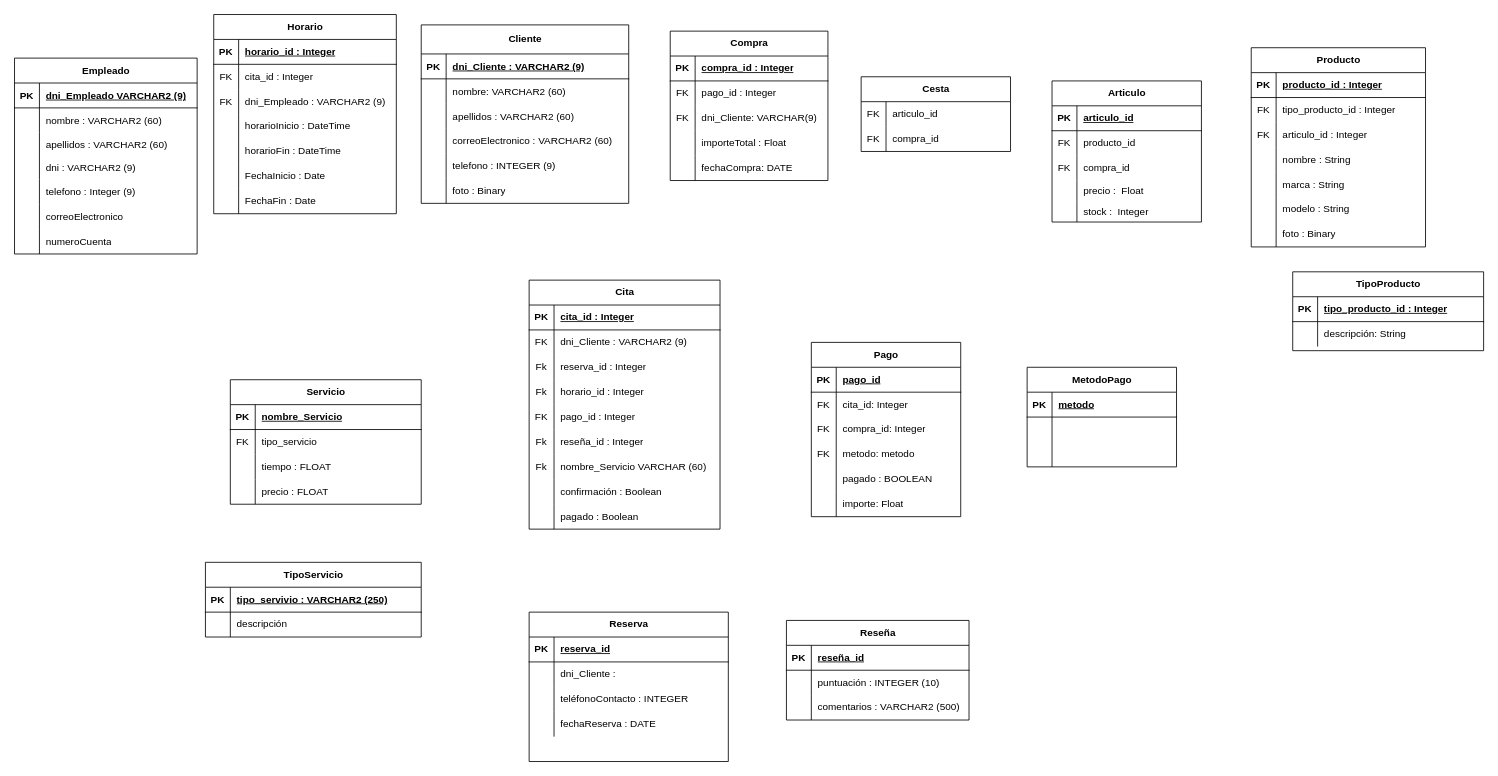
TSI-Trabajo/Segunda-Parte keeps this draw.io diagram as diagrama_Clases.drawio. Above is the earlier version. Source tidied: cells renumbered, new cells numbered last; positions are measured from the earlier drawing's top-left corner, leaving out a move shared by most shapes. Both pictures are drawn from the tidied source at 83%, with x=0, y=0 at pixel (-334, 14).
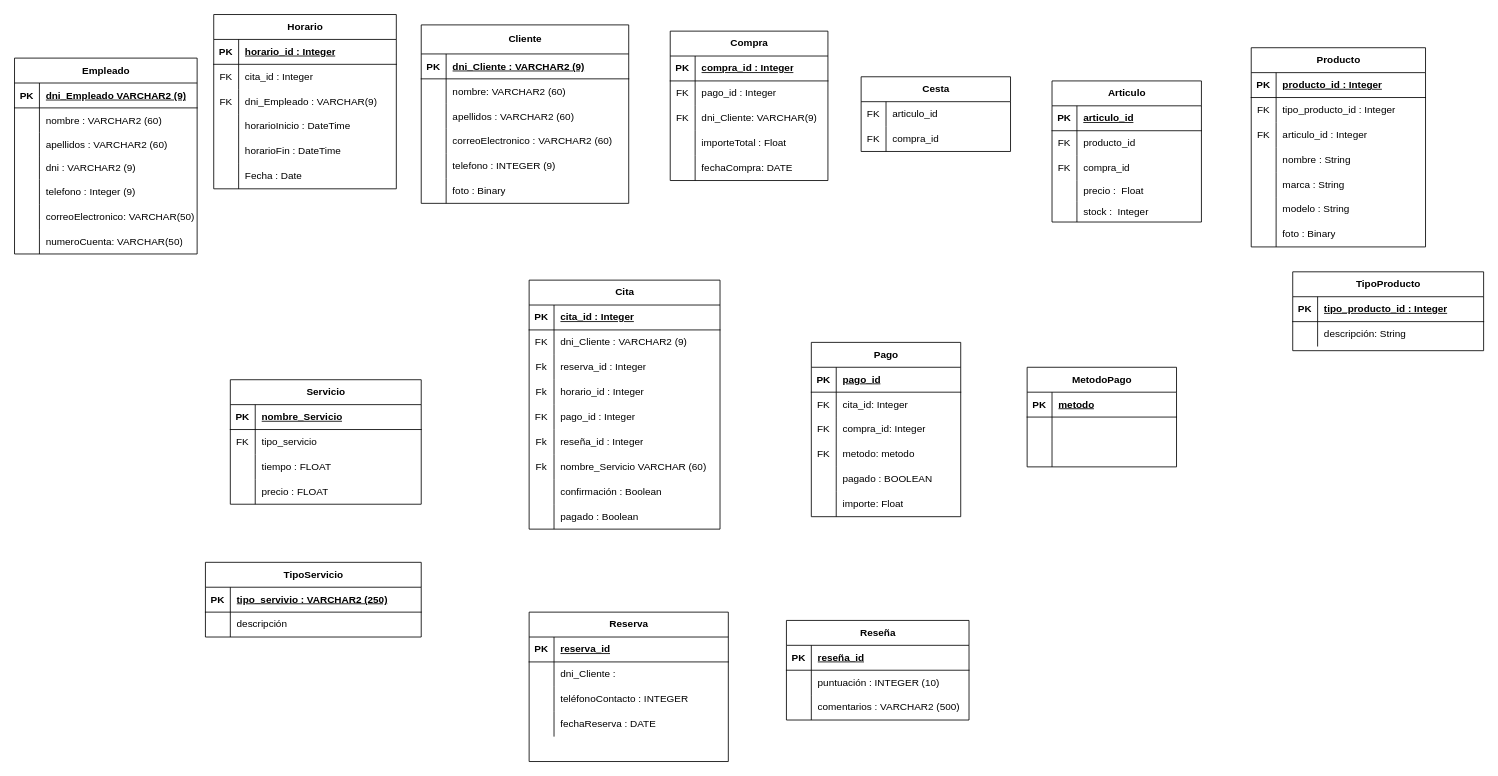
Above is the later version.

Unchanged cells that the change refers to:
```xml
<mxCell id="142" style="shape=tableRow;horizontal=0;startSize=0;swimlaneHead=0;swimlaneBody=0;fillColor=none;top=0;left=0;right=0;bottom=0;" parent="135" vertex="1">
  <mxGeometry y="90" width="220" height="30" as="geometry" />
</mxCell>
<mxCell id="151" style="shape=tableRow;horizontal=0;startSize=0;swimlaneHead=0;swimlaneBody=0;fillColor=none;top=0;left=0;right=0;bottom=0;" parent="135" vertex="1">
  <mxGeometry y="180" width="220" height="30" as="geometry" />
</mxCell>
<mxCell id="173" style="shape=tableRow;horizontal=0;startSize=0;swimlaneHead=0;swimlaneBody=0;fillColor=none;top=0;left=0;right=0;bottom=0;" parent="157" vertex="1">
  <mxGeometry y="176" width="220" height="30" as="geometry" />
</mxCell>
<mxCell id="176" style="shape=tableRow;horizontal=0;startSize=0;swimlaneHead=0;swimlaneBody=0;fillColor=none;top=0;left=0;right=0;bottom=0;" parent="157" vertex="1">
  <mxGeometry y="206" width="220" height="30" as="geometry" />
</mxCell>
```

Diff of the diagram source:
```diff
@@
     <mxCell id="135" value="Horario" style="shape=table;startSize=30;childLayout=tableLayout;rowLines=0;fontStyle=1;align=center;html=1;" parent="1" vertex="1">
-      <mxGeometry x="660" width="220" height="240" as="geometry" />
+      <mxGeometry x="660" width="220" height="210" as="geometry" />
     </mxCell>
@@
-    <mxCell id="144" value="dni_Empleado :&amp;nbsp;VARCHAR2 (9)" style="shape=partialRectangle;fillColor=none;top=0;left=0;bottom=0;right=0;align=left;spacingLeft=6;overflow=hidden;whiteSpace=wrap;html=1;" parent="142" vertex="1">
+    <mxCell id="144" value="dni_Empleado : VARCHAR(9)" style="shape=partialRectangle;fillColor=none;top=0;left=0;bottom=0;right=0;align=left;spacingLeft=6;overflow=hidden;whiteSpace=wrap;html=1;" parent="142" vertex="1">
       <mxGeometry x="30" width="190" height="30" as="geometry" />
     </mxCell>
@@
-    <mxCell id="153" value="FechaInicio : Date&amp;nbsp;" style="shape=partialRectangle;fillColor=none;top=0;left=0;bottom=0;right=0;align=left;spacingLeft=6;overflow=hidden;whiteSpace=wrap;html=1;" parent="151" vertex="1">
+    <mxCell id="153" value="Fecha : Date&amp;nbsp;" style="shape=partialRectangle;fillColor=none;top=0;left=0;bottom=0;right=0;align=left;spacingLeft=6;overflow=hidden;whiteSpace=wrap;html=1;" parent="151" vertex="1">
       <mxGeometry x="30" width="190" height="30" as="geometry" />
     </mxCell>
-    <mxCell id="154" style="shape=tableRow;horizontal=0;startSize=0;swimlaneHead=0;swimlaneBody=0;fillColor=none;top=0;left=0;right=0;bottom=0;" parent="135" vertex="1">
-      <mxGeometry y="210" width="220" height="30" as="geometry" />
-    </mxCell>
-    <mxCell id="155" style="shape=partialRectangle;fillColor=none;top=0;left=0;bottom=0;right=0;overflow=hidden;whiteSpace=wrap;html=1;" parent="154" vertex="1">
-      <mxGeometry width="30" height="30" as="geometry" />
-    </mxCell>
-    <mxCell id="156" value="FechaFin : Date&amp;nbsp;" style="shape=partialRectangle;fillColor=none;top=0;left=0;bottom=0;right=0;align=left;spacingLeft=6;overflow=hidden;whiteSpace=wrap;html=1;" parent="154" vertex="1">
-      <mxGeometry x="30" width="190" height="30" as="geometry" />
-    </mxCell>
@@
-    <mxCell id="175" value="correoElectronico" style="shape=partialRectangle;fillColor=none;top=0;left=0;bottom=0;right=0;align=left;spacingLeft=6;overflow=hidden;whiteSpace=wrap;html=1;" parent="173" vertex="1">
+    <mxCell id="175" value="correoElectronico: VARCHAR(50)" style="shape=partialRectangle;fillColor=none;top=0;left=0;bottom=0;right=0;align=left;spacingLeft=6;overflow=hidden;whiteSpace=wrap;html=1;" parent="173" vertex="1">
       <mxGeometry x="30" width="190" height="30" as="geometry" />
     </mxCell>
@@
-    <mxCell id="178" value="numeroCuenta" style="shape=partialRectangle;fillColor=none;top=0;left=0;bottom=0;right=0;align=left;spacingLeft=6;overflow=hidden;whiteSpace=wrap;html=1;" parent="176" vertex="1">
+    <mxCell id="178" value="numeroCuenta: VARCHAR(50)" style="shape=partialRectangle;fillColor=none;top=0;left=0;bottom=0;right=0;align=left;spacingLeft=6;overflow=hidden;whiteSpace=wrap;html=1;" parent="176" vertex="1">
       <mxGeometry x="30" width="190" height="30" as="geometry" />
     </mxCell>
```
